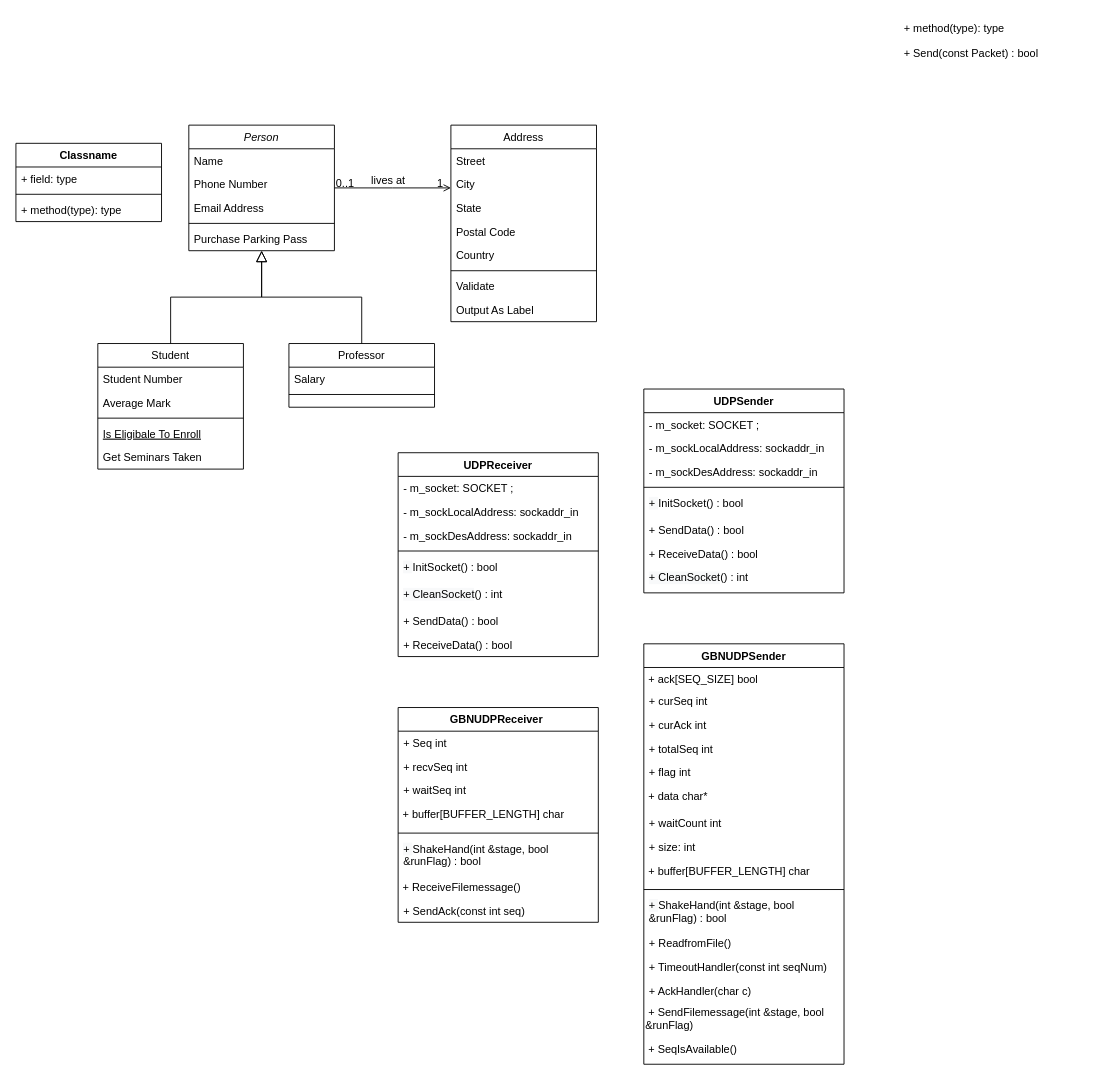
HUST-NJR/test keeps this draw.io diagram as Untitled Diagram.drawio. Above is the earlier version. Source tidied: cells renumbered, new cells numbered last; positions are measured from the earlier drawing's top-left corner, leaving out a move shared by most shapes. Both pictures are drawn from the tidied source at 91%, with x=0, y=0 at pixel (15, 15).
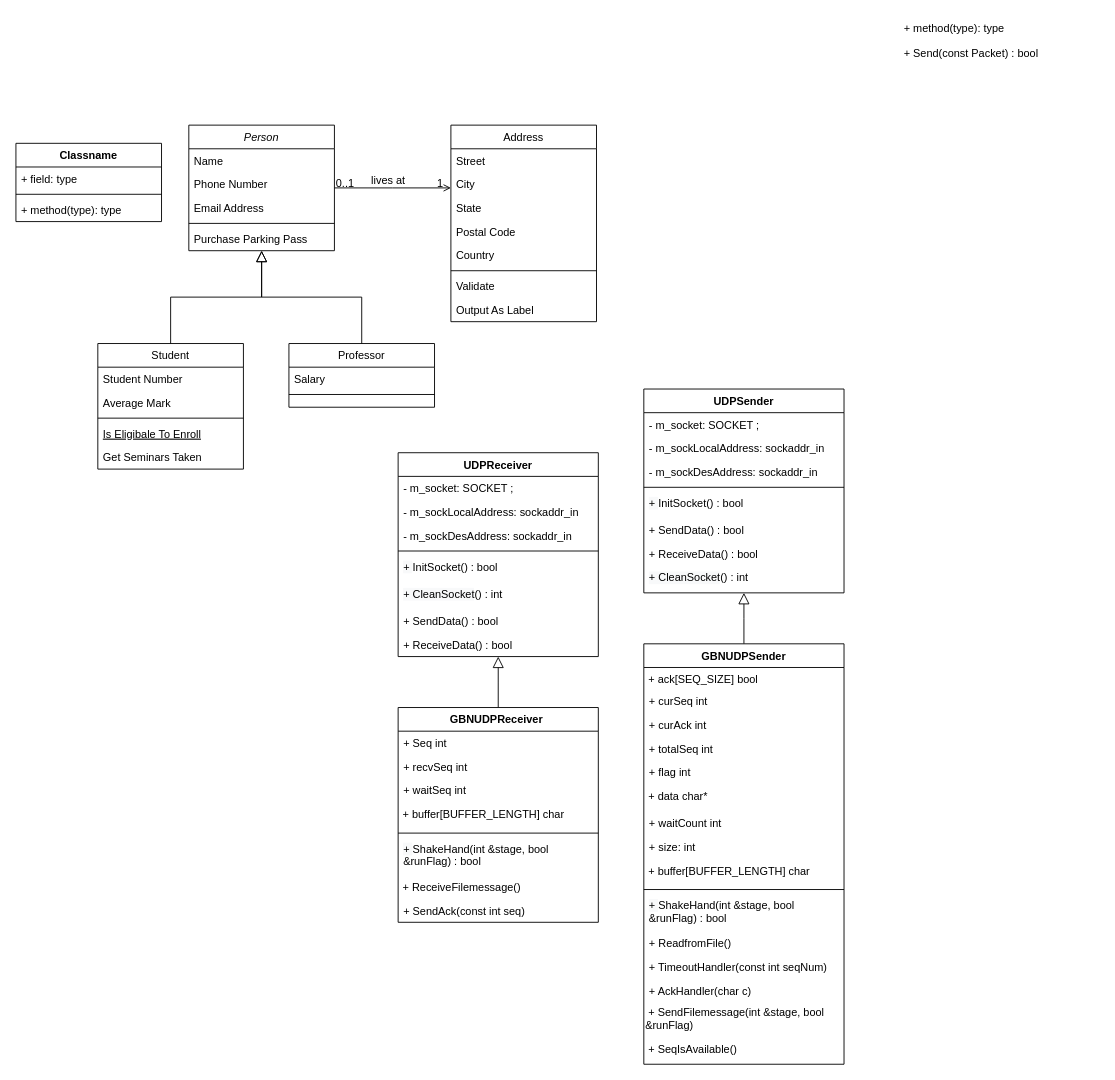
The same diagram, later.

The change refers to these unchanged cells:
```xml
<mxCell id="44" value="&lt;span style=&quot;color: rgb(0 , 0 , 0) ; font-family: &amp;#34;helvetica&amp;#34; ; font-size: 12px ; font-style: normal ; font-weight: 400 ; letter-spacing: normal ; text-indent: 0px ; text-transform: none ; word-spacing: 0px ; background-color: rgb(248 , 249 , 250) ; display: inline ; float: none&quot;&gt;+ CleanSocket&lt;/span&gt;() : int" style="text;whiteSpace=wrap;html=1;rounded=0;shadow=0;align=left;spacingRight=4;spacingLeft=4;" parent="36" vertex="1">
  <mxGeometry y="194" width="220" height="30" as="geometry" />
</mxCell>
<mxCell id="47" value="GBNUDPSender" style="swimlane;fontStyle=1;align=center;verticalAlign=top;horizontal=1;startSize=26;" parent="1" vertex="1">
  <mxGeometry x="690" y="690" width="220" height="462" as="geometry" />
</mxCell>
<mxCell id="72" value="+ ReceiveData() : bool" style="text;strokeColor=none;fillColor=none;align=left;verticalAlign=top;spacingLeft=4;spacingRight=4;overflow=hidden;points=[[0,0.5],[1,0.5]];portConstraint=eastwest;" parent="64" vertex="1">
  <mxGeometry y="198" width="220" height="26" as="geometry" />
</mxCell>
<mxCell id="73" value="GBNUDPReceiver " style="swimlane;fontStyle=1;align=center;verticalAlign=top;horizontal=1;startSize=26;" parent="1" vertex="1">
  <mxGeometry x="420" y="760" width="220" height="236" as="geometry" />
</mxCell>
```

Diff of the diagram source:
```diff
@@
+    <mxCell id="82" style="edgeStyle=elbowEdgeStyle;rounded=0;jettySize=auto;elbow=vertical;html=1;exitX=0.5;exitY=0;exitDx=0;exitDy=0;entryX=0.5;entryY=1;entryDx=0;entryDy=0;shadow=0;endArrow=block;endFill=0;endSize=10;strokeWidth=1;" parent="1" edge="1" source="47" target="44">
+      <mxGeometry relative="1" as="geometry" />
+    </mxCell>
@@
+    <mxCell id="83" style="edgeStyle=elbowEdgeStyle;rounded=0;jettySize=auto;elbow=vertical;html=1;exitX=0.5;exitY=0;exitDx=0;exitDy=0;shadow=0;endArrow=block;endFill=0;endSize=10;strokeWidth=1;" parent="1" edge="1" source="73" target="72">
+      <mxGeometry relative="1" as="geometry" />
+    </mxCell>
```
